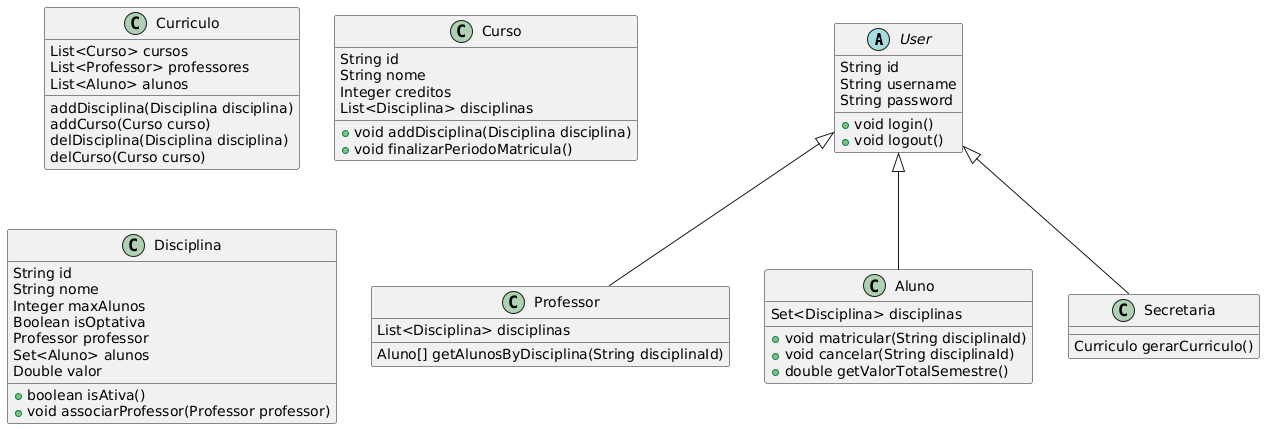
This is project/img/Class.png from thevinilima/lds-sprint1, a PlantUML export, as it was before one commit.
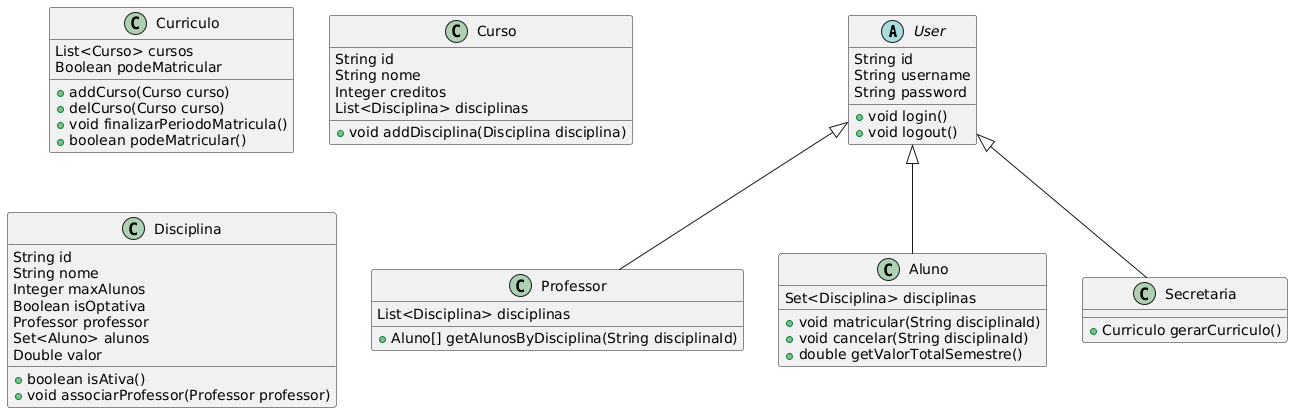
Above is the later version.

Diff of the diagram source:
```diff
@@ -11,29 +11,27 @@
 User : +void logout()
 
 Professor : List<Disciplina> disciplinas
-Professor : Aluno[] getAlunosByDisciplina(String disciplinaId)
+Professor : +Aluno[] getAlunosByDisciplina(String disciplinaId)
 
 Aluno : Set<Disciplina> disciplinas
 Aluno : +void matricular(String disciplinaId)
 Aluno : +void cancelar(String disciplinaId)
 Aluno : +double getValorTotalSemestre()
 
-Secretaria : Curriculo gerarCurriculo()
+Secretaria : +Curriculo gerarCurriculo()
 
 Curriculo : List<Curso> cursos
-Curriculo : List<Professor> professores
-Curriculo : List<Aluno> alunos
-Curriculo : addDisciplina(Disciplina disciplina)
-Curriculo : addCurso(Curso curso)
-Curriculo : delDisciplina(Disciplina disciplina)
-Curriculo : delCurso(Curso curso)
+Curriculo : Boolean podeMatricular
+Curriculo : +addCurso(Curso curso)
+Curriculo : +delCurso(Curso curso)
+Curriculo : +void finalizarPeriodoMatricula()
+Curriculo : +boolean podeMatricular()
 
 Curso : String id
 Curso : String nome
 Curso : Integer creditos
 Curso : List<Disciplina> disciplinas
 Curso : +void addDisciplina(Disciplina disciplina)
-Curso : +void finalizarPeriodoMatricula()
 
 Disciplina : String id
 Disciplina : String nome
```
